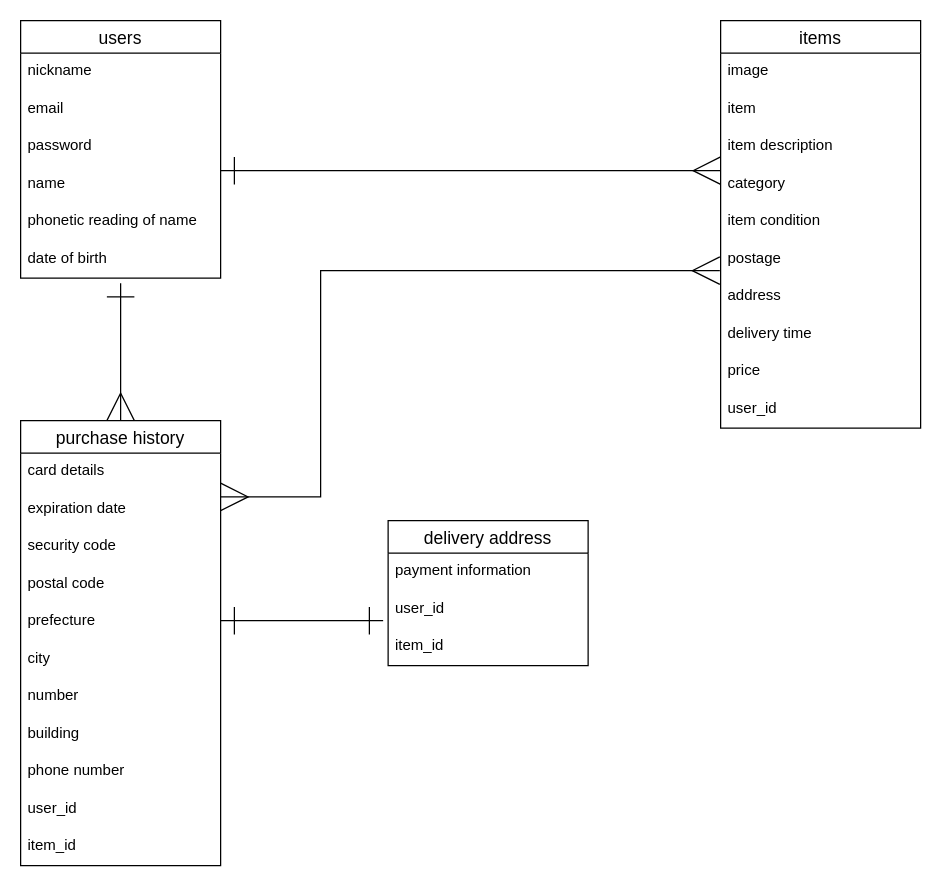
Before: test.dio in pig002238/furima-39864ver3.4, a draw.io diagram. Source tidied: cells renumbered, new cells numbered last; positions are measured from the earlier drawing's top-left corner, leaving out a move shared by most shapes. Both pictures are drawn from the tidied source at 125%, with x=0, y=0 at pixel (20, 20).
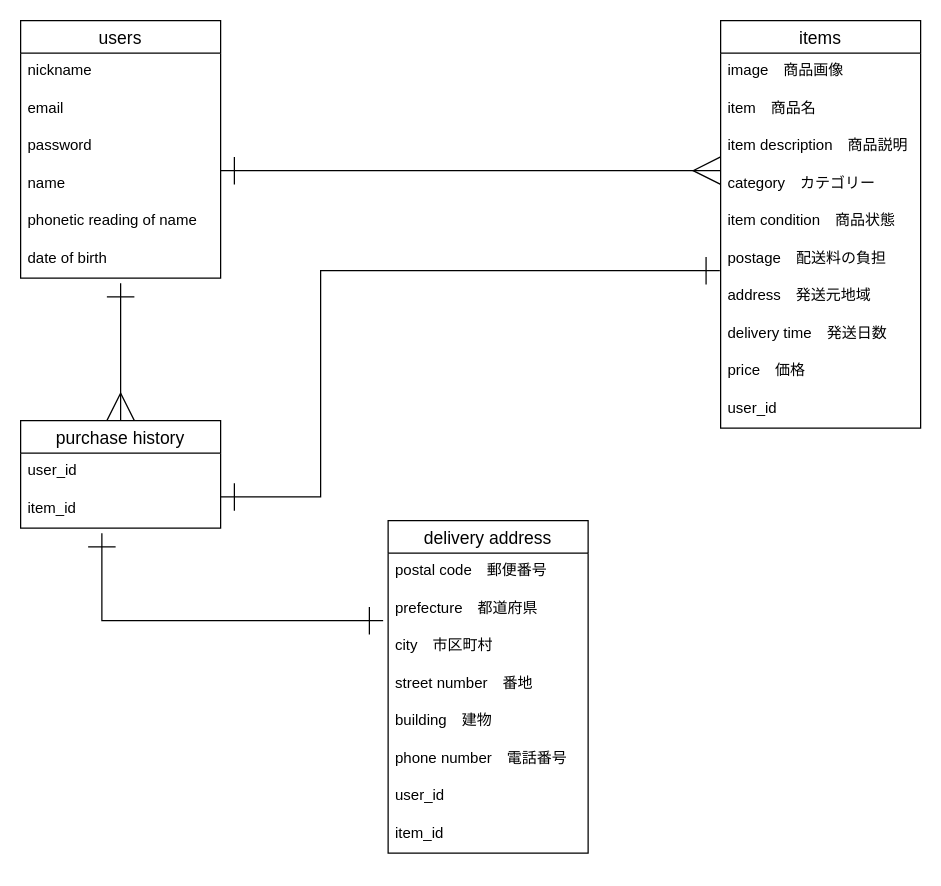
After the change.

The change refers to these unchanged cells:
```xml
<mxCell id="9" value="items" style="swimlane;fontStyle=0;horizontal=1;startSize=26;align=center;fontSize=14;" parent="1" vertex="1">
  <mxGeometry x="560" width="160" height="326" as="geometry" />
</mxCell>
```

Diff of the diagram source:
```diff
@@
-    <mxCell id="10" value="image" style="text;strokeColor=none;fillColor=none;spacingLeft=4;spacingRight=4;overflow=hidden;fontSize=12;" parent="9" vertex="1">
+    <mxCell id="10" value="image　商品画像" style="text;strokeColor=none;fillColor=none;spacingLeft=4;spacingRight=4;overflow=hidden;fontSize=12;" parent="9" vertex="1">
       <mxGeometry y="26" width="160" height="30" as="geometry" />
     </mxCell>
-    <mxCell id="11" value="item" style="text;strokeColor=none;fillColor=none;spacingLeft=4;spacingRight=4;overflow=hidden;fontSize=12;" parent="9" vertex="1">
+    <mxCell id="11" value="item　商品名" style="text;strokeColor=none;fillColor=none;spacingLeft=4;spacingRight=4;overflow=hidden;fontSize=12;" parent="9" vertex="1">
       <mxGeometry y="56" width="160" height="30" as="geometry" />
     </mxCell>
-    <mxCell id="12" value="item description" style="text;strokeColor=none;fillColor=none;spacingLeft=4;spacingRight=4;overflow=hidden;fontSize=12;" parent="9" vertex="1">
+    <mxCell id="12" value="item description　商品説明" style="text;strokeColor=none;fillColor=none;spacingLeft=4;spacingRight=4;overflow=hidden;fontSize=12;" parent="9" vertex="1">
       <mxGeometry y="86" width="160" height="30" as="geometry" />
     </mxCell>
-    <mxCell id="13" value="category" style="text;strokeColor=none;fillColor=none;spacingLeft=4;spacingRight=4;overflow=hidden;fontSize=12;" parent="9" vertex="1">
+    <mxCell id="13" value="category　カテゴリー" style="text;strokeColor=none;fillColor=none;spacingLeft=4;spacingRight=4;overflow=hidden;fontSize=12;" parent="9" vertex="1">
       <mxGeometry y="116" width="160" height="30" as="geometry" />
     </mxCell>
-    <mxCell id="14" value="item condition" style="text;strokeColor=none;fillColor=none;spacingLeft=4;spacingRight=4;overflow=hidden;fontSize=12;" parent="9" vertex="1">
+    <mxCell id="14" value="item condition　商品状態" style="text;strokeColor=none;fillColor=none;spacingLeft=4;spacingRight=4;overflow=hidden;fontSize=12;" parent="9" vertex="1">
       <mxGeometry y="146" width="160" height="30" as="geometry" />
     </mxCell>
-    <mxCell id="15" value="postage" style="text;strokeColor=none;fillColor=none;spacingLeft=4;spacingRight=4;overflow=hidden;fontSize=12;" parent="9" vertex="1">
+    <mxCell id="15" value="postage　配送料の負担" style="text;strokeColor=none;fillColor=none;spacingLeft=4;spacingRight=4;overflow=hidden;fontSize=12;" parent="9" vertex="1">
       <mxGeometry y="176" width="160" height="30" as="geometry" />
     </mxCell>
-    <mxCell id="16" value=" address" style="text;strokeColor=none;fillColor=none;spacingLeft=4;spacingRight=4;overflow=hidden;points=[[0,0.5],[1,0.5]];portConstraint=eastwest;fontSize=12;" parent="9" vertex="1">
+    <mxCell id="16" value=" address　発送元地域" style="text;strokeColor=none;fillColor=none;spacingLeft=4;spacingRight=4;overflow=hidden;points=[[0,0.5],[1,0.5]];portConstraint=eastwest;fontSize=12;" parent="9" vertex="1">
       <mxGeometry y="206" width="160" height="30" as="geometry" />
     </mxCell>
-    <mxCell id="17" value="delivery time" style="text;strokeColor=none;fillColor=none;spacingLeft=4;spacingRight=4;overflow=hidden;fontSize=12;" parent="9" vertex="1">
+    <mxCell id="17" value="delivery time　発送日数" style="text;strokeColor=none;fillColor=none;spacingLeft=4;spacingRight=4;overflow=hidden;fontSize=12;" parent="9" vertex="1">
       <mxGeometry y="236" width="160" height="30" as="geometry" />
     </mxCell>
-    <mxCell id="18" value="price" style="text;strokeColor=none;fillColor=none;spacingLeft=4;spacingRight=4;overflow=hidden;fontSize=12;" parent="9" vertex="1">
+    <mxCell id="18" value="price　価格" style="text;strokeColor=none;fillColor=none;spacingLeft=4;spacingRight=4;overflow=hidden;fontSize=12;" parent="9" vertex="1">
       <mxGeometry y="266" width="160" height="30" as="geometry" />
     </mxCell>
@@
     <mxCell id="20" value="purchase history" style="swimlane;fontStyle=0;horizontal=1;startSize=26;align=center;fontSize=14;" parent="1" vertex="1">
-      <mxGeometry y="320" width="160" height="356" as="geometry" />
+      <mxGeometry y="320" width="160" height="86" as="geometry" />
     </mxCell>
-    <mxCell id="21" value="card details" style="text;strokeColor=none;fillColor=none;spacingLeft=4;spacingRight=4;overflow=hidden;fontSize=12;" parent="20" vertex="1">
-      <mxGeometry y="26" width="160" height="30" as="geometry" />
-    </mxCell>
-    <mxCell id="22" value="expiration date" style="text;strokeColor=none;fillColor=none;spacingLeft=4;spacingRight=4;overflow=hidden;fontSize=12;" parent="20" vertex="1">
-      <mxGeometry y="56" width="160" height="30" as="geometry" />
-    </mxCell>
-    <mxCell id="23" value="security code" style="text;strokeColor=none;fillColor=none;spacingLeft=4;spacingRight=4;overflow=hidden;fontSize=12;" parent="20" vertex="1">
-      <mxGeometry y="86" width="160" height="30" as="geometry" />
-    </mxCell>
+    <mxCell id="30" value="user_id" style="text;strokeColor=none;fillColor=none;spacingLeft=4;spacingRight=4;overflow=hidden;fontSize=12;" parent="20" vertex="1">
+      <mxGeometry y="26" width="160" height="30" as="geometry" />
+    </mxCell>
+    <mxCell id="31" value="item_id" style="text;strokeColor=none;fillColor=none;spacingLeft=4;spacingRight=4;overflow=hidden;fontSize=12;" parent="20" vertex="1">
+      <mxGeometry y="56" width="160" height="30" as="geometry" />
+    </mxCell>
+    <mxCell id="32" style="endArrow=ERmany;html=1;rounded=0;startArrow=ERone;startFill=0;sourcePerimeterSpacing=0;startSize=20;endFill=0;endSize=20;" parent="1" edge="1">
+      <mxGeometry relative="1" as="geometry">
+        <mxPoint x="160" y="120" as="sourcePoint" />
+        <mxPoint x="560" y="120" as="targetPoint" />
+      </mxGeometry>
+    </mxCell>
+    <mxCell id="33" style="endArrow=ERmany;html=1;rounded=0;startSize=20;endSize=20;sourcePerimeterSpacing=0;entryX=0.5;entryY=0;entryDx=0;entryDy=0;startArrow=ERone;startFill=0;endFill=0;" parent="1" edge="1" target="20">
+      <mxGeometry relative="1" as="geometry">
+        <mxPoint x="80" y="210" as="sourcePoint" />
+      </mxGeometry>
+    </mxCell>
+    <mxCell id="34" style="endArrow=ERone;html=1;rounded=0;startSize=20;endSize=20;sourcePerimeterSpacing=0;exitX=-0.004;exitY=-0.2;exitDx=0;exitDy=0;exitPerimeter=0;startArrow=ERone;startFill=0;endFill=0;" parent="1" edge="1" source="16">
+      <mxGeometry relative="1" as="geometry">
+        <mxPoint x="160" y="381" as="targetPoint" />
+        <Array as="points">
+          <mxPoint x="240" y="200" />
+          <mxPoint x="240" y="381" />
+        </Array>
+      </mxGeometry>
+    </mxCell>
+    <mxCell id="35" value="delivery address" style="swimlane;fontStyle=0;horizontal=1;startSize=26;align=center;fontSize=14;" parent="1" vertex="1">
+      <mxGeometry x="294" y="400" width="160" height="266" as="geometry" />
+    </mxCell>
-    <mxCell id="24" value="postal code" style="text;strokeColor=none;fillColor=none;spacingLeft=4;spacingRight=4;overflow=hidden;fontSize=12;" parent="20" vertex="1">
-      <mxGeometry y="116" width="160" height="30" as="geometry" />
+    <mxCell id="24" value="postal code　郵便番号" style="text;strokeColor=none;fillColor=none;spacingLeft=4;spacingRight=4;overflow=hidden;fontSize=12;" parent="35" vertex="1">
+      <mxGeometry y="26" width="160" height="30" as="geometry" />
     </mxCell>
-    <mxCell id="25" value="prefecture" style="text;strokeColor=none;fillColor=none;spacingLeft=4;spacingRight=4;overflow=hidden;fontSize=12;" parent="20" vertex="1">
-      <mxGeometry y="146" width="160" height="30" as="geometry" />
+    <mxCell id="25" value="prefecture　都道府県" style="text;strokeColor=none;fillColor=none;spacingLeft=4;spacingRight=4;overflow=hidden;fontSize=12;" parent="35" vertex="1">
+      <mxGeometry y="56" width="160" height="30" as="geometry" />
     </mxCell>
-    <mxCell id="26" value="city" style="text;strokeColor=none;fillColor=none;spacingLeft=4;spacingRight=4;overflow=hidden;fontSize=12;" parent="20" vertex="1">
-      <mxGeometry y="176" width="160" height="30" as="geometry" />
+    <mxCell id="26" value="city　市区町村" style="text;strokeColor=none;fillColor=none;spacingLeft=4;spacingRight=4;overflow=hidden;fontSize=12;" parent="35" vertex="1">
+      <mxGeometry y="86" width="160" height="30" as="geometry" />
     </mxCell>
-    <mxCell id="27" value="number" style="text;strokeColor=none;fillColor=none;spacingLeft=4;spacingRight=4;overflow=hidden;fontSize=12;" parent="20" vertex="1">
-      <mxGeometry y="206" width="160" height="30" as="geometry" />
+    <mxCell id="27" value="street number　番地" style="text;strokeColor=none;fillColor=none;spacingLeft=4;spacingRight=4;overflow=hidden;fontSize=12;" parent="35" vertex="1">
+      <mxGeometry y="116" width="160" height="30" as="geometry" />
     </mxCell>
-    <mxCell id="28" value="building" style="text;strokeColor=none;fillColor=none;spacingLeft=4;spacingRight=4;overflow=hidden;fontSize=12;" parent="20" vertex="1">
-      <mxGeometry y="236" width="160" height="30" as="geometry" />
+    <mxCell id="28" value="building　建物" style="text;strokeColor=none;fillColor=none;spacingLeft=4;spacingRight=4;overflow=hidden;fontSize=12;" parent="35" vertex="1">
+      <mxGeometry y="146" width="160" height="30" as="geometry" />
     </mxCell>
-    <mxCell id="29" value="phone number" style="text;strokeColor=none;fillColor=none;spacingLeft=4;spacingRight=4;overflow=hidden;fontSize=12;" parent="20" vertex="1">
-      <mxGeometry y="266" width="160" height="30" as="geometry" />
+    <mxCell id="29" value="phone number　電話番号" style="text;strokeColor=none;fillColor=none;spacingLeft=4;spacingRight=4;overflow=hidden;fontSize=12;" parent="35" vertex="1">
+      <mxGeometry y="176" width="160" height="30" as="geometry" />
     </mxCell>
-    <mxCell id="30" value="user_id" style="text;strokeColor=none;fillColor=none;spacingLeft=4;spacingRight=4;overflow=hidden;fontSize=12;" parent="20" vertex="1">
-      <mxGeometry y="296" width="160" height="30" as="geometry" />
-    </mxCell>
-    <mxCell id="31" value="item_id" style="text;strokeColor=none;fillColor=none;spacingLeft=4;spacingRight=4;overflow=hidden;fontSize=12;" parent="20" vertex="1">
-      <mxGeometry y="326" width="160" height="30" as="geometry" />
-    </mxCell>
-    <mxCell id="32" style="endArrow=ERmany;html=1;rounded=0;startArrow=ERone;startFill=0;sourcePerimeterSpacing=0;startSize=20;endFill=0;endSize=20;" parent="1" edge="1">
-      <mxGeometry relative="1" as="geometry">
-        <mxPoint x="160" y="120" as="sourcePoint" />
-        <mxPoint x="560" y="120" as="targetPoint" />
-      </mxGeometry>
-    </mxCell>
-    <mxCell id="33" style="endArrow=ERmany;html=1;rounded=0;startSize=20;endSize=20;sourcePerimeterSpacing=0;entryX=0.5;entryY=0;entryDx=0;entryDy=0;startArrow=ERone;startFill=0;endFill=0;" parent="1" edge="1" target="20">
-      <mxGeometry relative="1" as="geometry">
-        <mxPoint x="80" y="210" as="sourcePoint" />
-      </mxGeometry>
-    </mxCell>
-    <mxCell id="34" style="endArrow=ERmany;html=1;rounded=0;startSize=20;endSize=20;sourcePerimeterSpacing=0;exitX=-0.004;exitY=-0.2;exitDx=0;exitDy=0;exitPerimeter=0;startArrow=ERmany;startFill=0;endFill=0;" parent="1" edge="1" source="16">
-      <mxGeometry relative="1" as="geometry">
-        <mxPoint x="160" y="381" as="targetPoint" />
-        <Array as="points">
-          <mxPoint x="240" y="200" />
-          <mxPoint x="240" y="381" />
-        </Array>
-      </mxGeometry>
-    </mxCell>
-    <mxCell id="35" value="delivery address" style="swimlane;fontStyle=0;horizontal=1;startSize=26;align=center;fontSize=14;" parent="1" vertex="1">
-      <mxGeometry x="294" y="400" width="160" height="116" as="geometry" />
-    </mxCell>
-    <mxCell id="36" value="payment information" style="text;strokeColor=none;fillColor=none;spacingLeft=4;spacingRight=4;overflow=hidden;fontSize=12;" parent="35" vertex="1">
-      <mxGeometry y="26" width="160" height="30" as="geometry" />
-    </mxCell>
     <mxCell id="37" value="user_id" style="text;strokeColor=none;fillColor=none;spacingLeft=4;spacingRight=4;overflow=hidden;fontSize=12;" parent="35" vertex="1">
-      <mxGeometry y="56" width="160" height="30" as="geometry" />
+      <mxGeometry y="206" width="160" height="30" as="geometry" />
     </mxCell>
     <mxCell id="38" value="item_id" style="text;strokeColor=none;fillColor=none;spacingLeft=4;spacingRight=4;overflow=hidden;fontSize=12;" parent="35" vertex="1">
-      <mxGeometry y="86" width="160" height="30" as="geometry" />
+      <mxGeometry y="236" width="160" height="30" as="geometry" />
     </mxCell>
     <mxCell id="39" style="endArrow=ERone;html=1;rounded=0;startSize=20;endSize=20;sourcePerimeterSpacing=0;startArrow=ERone;startFill=0;endFill=0;" parent="1" edge="1">
       <mxGeometry relative="1" as="geometry">
-        <mxPoint x="160" y="480" as="sourcePoint" />
+        <mxPoint x="65" y="410" as="sourcePoint" />
         <mxPoint x="290" y="480" as="targetPoint" />
+        <Array as="points">
+          <mxPoint x="65" y="480" />
+        </Array>
       </mxGeometry>
     </mxCell>
```
